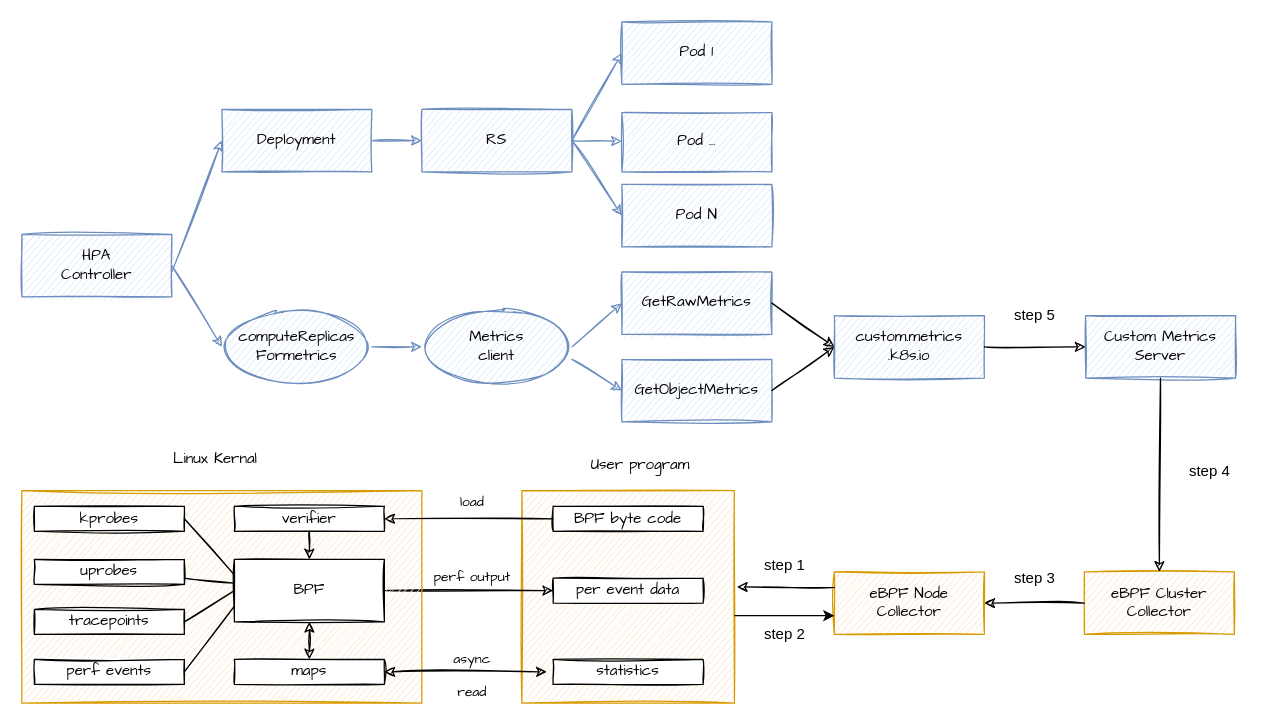
This is Untitled Diagram.drawio from wrongerror/diagrams, a draw.io file, before an edit. Source tidied: cells renumbered, new cells numbered last; positions are measured from the earlier drawing's top-left corner, leaving out a move shared by most shapes. Both pictures are drawn from the tidied source at 125%, with x=0, y=0 at pixel (21, 21).
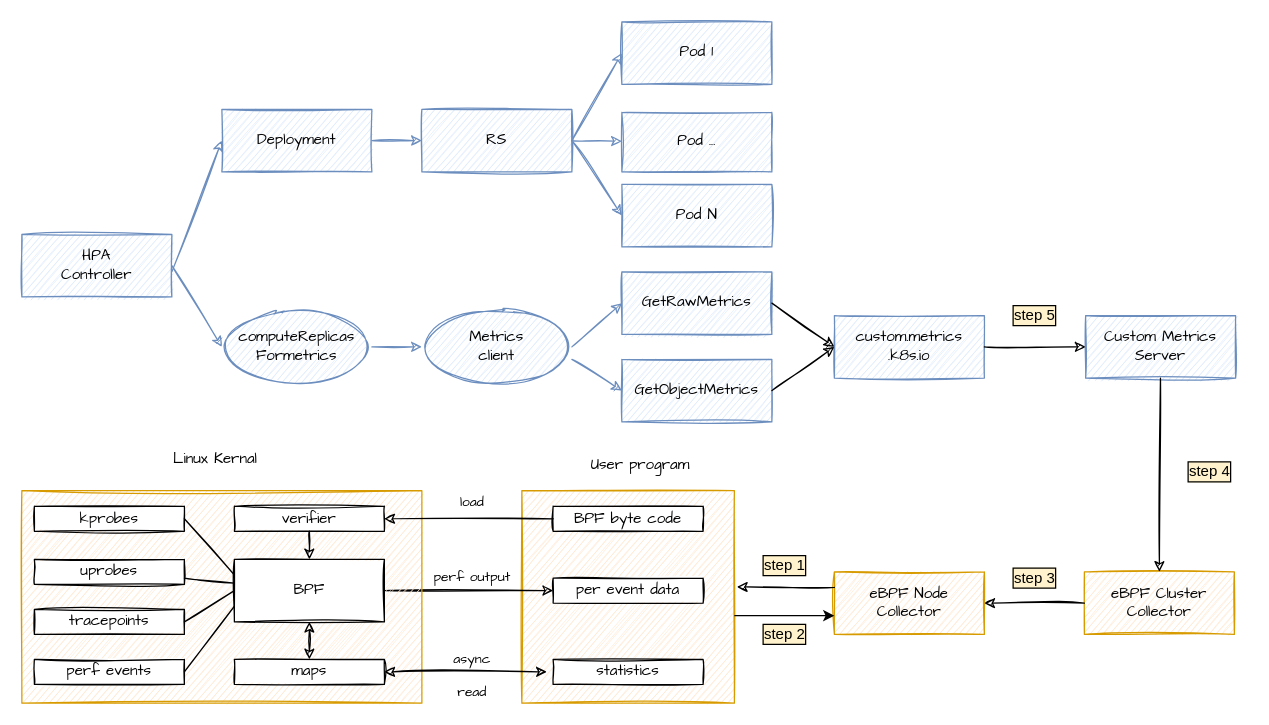
The same page after the edit.

Change to the diagram source:
```diff
@@
-    <mxCell id="59" value="step 1" style="text;html=1;align=center;verticalAlign=middle;fillColor=none;strokeColor=none;rounded=0;" parent="1" vertex="1">
+    <mxCell id="59" value="step 1" style="text;html=1;align=center;verticalAlign=middle;fillColor=none;strokeColor=none;rounded=0;labelBackgroundColor=#FFF2CC;labelBorderColor=#000000;" parent="1" vertex="1">
       <mxGeometry x="580" y="420" width="60" height="30" as="geometry" />
     </mxCell>
@@
-    <mxCell id="61" value="step 2" style="text;html=1;align=center;verticalAlign=middle;fillColor=none;strokeColor=none;rounded=0;" parent="1" vertex="1">
+    <mxCell id="61" value="step 2" style="text;html=1;align=center;verticalAlign=middle;fillColor=none;strokeColor=none;rounded=0;labelBackgroundColor=#FFF2CC;labelBorderColor=default;" parent="1" vertex="1">
       <mxGeometry x="580" y="475" width="60" height="30" as="geometry" />
     </mxCell>
-    <mxCell id="62" value="step 3" style="text;html=1;align=center;verticalAlign=middle;fillColor=none;strokeColor=none;rounded=0;" parent="1" vertex="1">
+    <mxCell id="62" value="step 3" style="text;html=1;align=center;verticalAlign=middle;fillColor=none;strokeColor=none;rounded=0;labelBackgroundColor=#FFF2CC;labelBorderColor=default;" parent="1" vertex="1">
       <mxGeometry x="780" y="430" width="60" height="30" as="geometry" />
     </mxCell>
-    <mxCell id="63" value="step 4" style="text;html=1;align=center;verticalAlign=middle;fillColor=none;strokeColor=none;rounded=0;" parent="1" vertex="1">
+    <mxCell id="63" value="step 4" style="text;html=1;align=center;verticalAlign=middle;fillColor=none;strokeColor=none;rounded=0;labelBackgroundColor=#FFF2CC;labelBorderColor=default;" parent="1" vertex="1">
       <mxGeometry x="920" y="345" width="60" height="30" as="geometry" />
     </mxCell>
-    <mxCell id="64" value="step 5" style="text;html=1;align=center;verticalAlign=middle;fillColor=none;strokeColor=none;rounded=0;" parent="1" vertex="1">
+    <mxCell id="64" value="step 5" style="text;html=1;align=center;verticalAlign=middle;fillColor=none;strokeColor=none;rounded=0;labelBackgroundColor=#FFF2CC;labelBorderColor=default;" parent="1" vertex="1">
       <mxGeometry x="780" y="220" width="60" height="30" as="geometry" />
     </mxCell>
```
